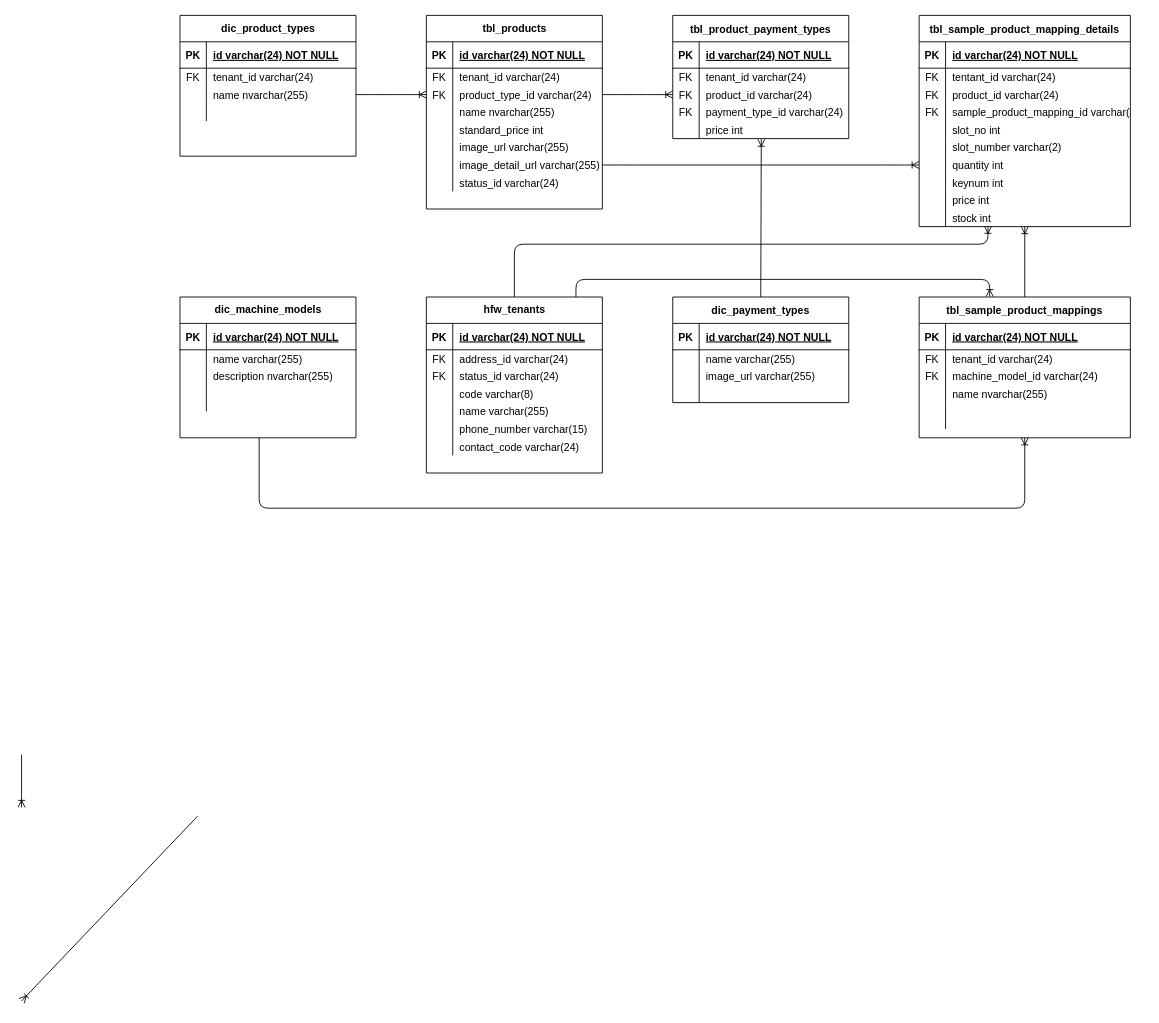
Earlier version of the draw.io diagram page "Sample Product Mapping" (5 of 6) of Untitled Diagram.drawio (wardus3105/alphatest). Source tidied: cells renumbered, new cells numbered last; positions are measured from the earlier drawing's top-left corner, leaving out a move shared by most shapes. Both pictures are drawn from the tidied source at 88%, with x=0, y=0 at pixel (21, 15).
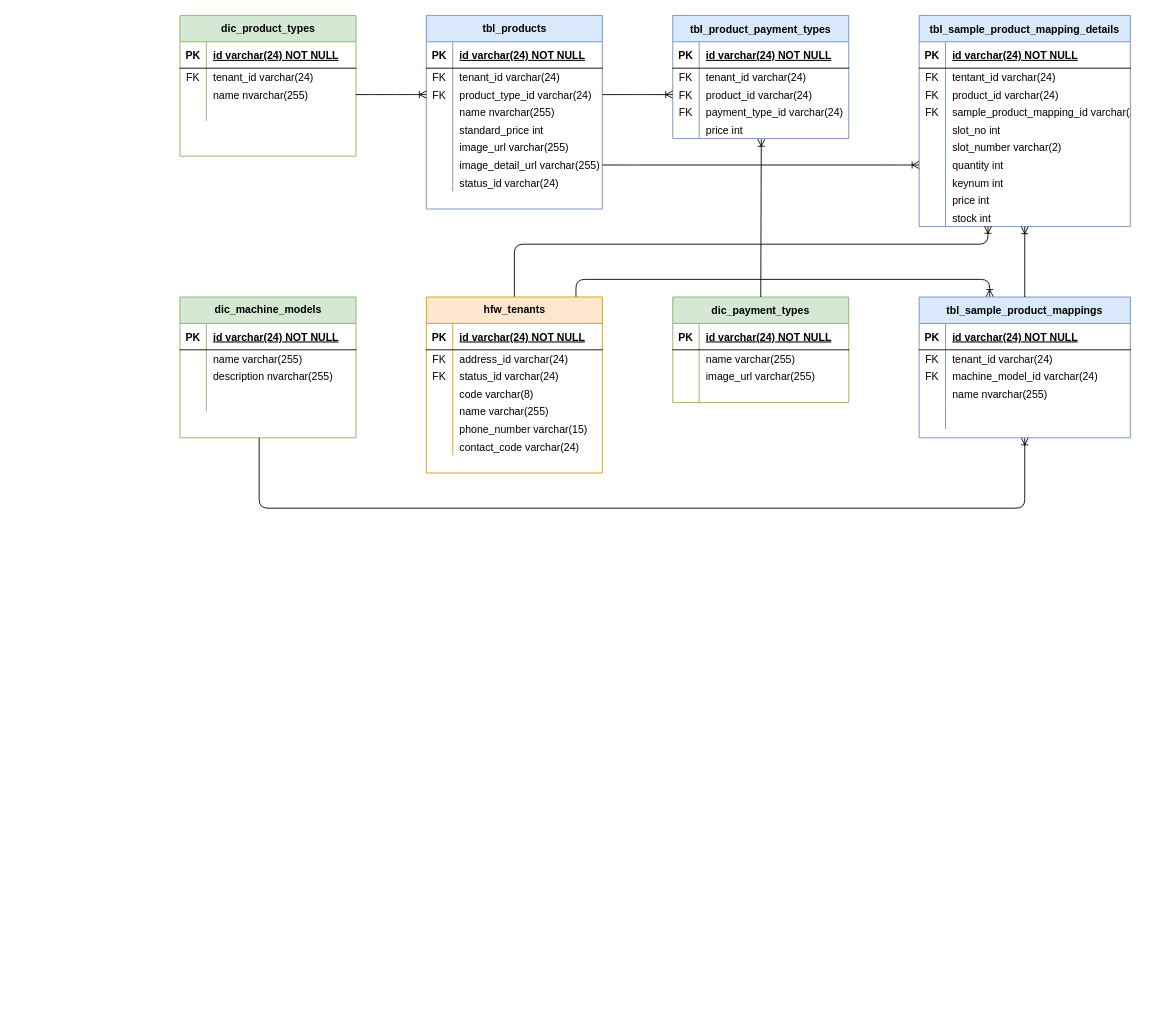
Above is the later version.

Change to the diagram source:
```diff
@@
-    <mxCell id="2" value="dic_machine_models" style="shape=table;startSize=30;childLayout=tableLayout;rowLines=0;fontStyle=1;align=center;html=1;" parent="1" vertex="1">
+    <mxCell id="2" value="dic_machine_models" style="shape=table;startSize=30;childLayout=tableLayout;rowLines=0;fontStyle=1;align=center;html=1;fillColor=#d5e8d4;strokeColor=#82b366;" parent="1" vertex="1">
       <mxGeometry x="180" y="320" width="200" height="160" as="geometry" />
     </mxCell>
@@
-    <mxCell id="15" value="tbl_products" style="shape=table;startSize=30;childLayout=tableLayout;rowLines=0;fontStyle=1;align=center;html=1;" parent="1" vertex="1">
+    <mxCell id="15" value="tbl_products" style="shape=table;startSize=30;childLayout=tableLayout;rowLines=0;fontStyle=1;align=center;html=1;fillColor=#dae8fc;strokeColor=#6c8ebf;" parent="1" vertex="1">
       <mxGeometry x="460" width="200" height="220" as="geometry" />
     </mxCell>
@@
-    <mxCell id="40" value="dic_product_types" style="shape=table;startSize=30;childLayout=tableLayout;rowLines=0;fontStyle=1;align=center;html=1;" parent="1" vertex="1">
+    <mxCell id="40" value="dic_product_types" style="shape=table;startSize=30;childLayout=tableLayout;rowLines=0;fontStyle=1;align=center;html=1;fillColor=#d5e8d4;strokeColor=#82b366;" parent="1" vertex="1">
       <mxGeometry x="180" width="200" height="160" as="geometry" />
     </mxCell>
@@
-    <mxCell id="54" value="tbl_sample_product_mappings" style="shape=table;startSize=30;childLayout=tableLayout;rowLines=0;fontStyle=1;align=center;fillColor=none;" parent="1" vertex="1">
+    <mxCell id="54" value="tbl_sample_product_mappings" style="shape=table;startSize=30;childLayout=tableLayout;rowLines=0;fontStyle=1;align=center;fillColor=#dae8fc;strokeColor=#6c8ebf;" parent="1" vertex="1">
       <mxGeometry x="1020" y="320" width="240" height="160" as="geometry" />
     </mxCell>
@@
-    <mxCell id="70" value="tbl_sample_product_mapping_details" style="shape=table;startSize=30;childLayout=tableLayout;rowLines=0;fontStyle=1;align=center;fillColor=none;" parent="1" vertex="1">
+    <mxCell id="70" value="tbl_sample_product_mapping_details" style="shape=table;startSize=30;childLayout=tableLayout;rowLines=0;fontStyle=1;align=center;fillColor=#dae8fc;strokeColor=#6c8ebf;" parent="1" vertex="1">
       <mxGeometry x="1020" width="240" height="240" as="geometry" />
     </mxCell>
@@
-    <mxCell id="105" value="dic_payment_types" style="shape=table;startSize=30;childLayout=tableLayout;rowLines=0;fontStyle=1;align=center;" parent="1" vertex="1">
+    <mxCell id="105" value="dic_payment_types" style="shape=table;startSize=30;childLayout=tableLayout;rowLines=0;fontStyle=1;align=center;fillColor=#d5e8d4;strokeColor=#82b366;" parent="1" vertex="1">
       <mxGeometry x="740" y="320" width="200" height="120" as="geometry" />
     </mxCell>
@@
-    <mxCell id="118" style="fontSize=12;html=1;endArrow=ERoneToMany;" parent="1" edge="1">
-      <mxGeometry relative="1" as="geometry">
-        <mxPoint x="200" y="910" as="sourcePoint" />
-        <mxPoint y="1120" as="targetPoint" />
-      </mxGeometry>
-    </mxCell>
-    <mxCell id="119" style="fontSize=12;html=1;endArrow=ERoneToMany;exitX=0.5;exitY=0;exitDx=0;exitDy=0;entryX=0.5;entryY=1;entryDx=0;entryDy=0;" parent="1" edge="1">
-      <mxGeometry relative="1" as="geometry">
-        <mxPoint y="840" as="sourcePoint" />
-        <mxPoint y="900" as="targetPoint" />
-      </mxGeometry>
-    </mxCell>
-    <mxCell id="120" value="tbl_product_payment_types" style="shape=table;startSize=30;childLayout=tableLayout;rowLines=0;fontStyle=1;align=center;" parent="1" vertex="1">
+    <mxCell id="120" value="tbl_product_payment_types" style="shape=table;startSize=30;childLayout=tableLayout;rowLines=0;fontStyle=1;align=center;fillColor=#dae8fc;strokeColor=#6c8ebf;" parent="1" vertex="1">
       <mxGeometry x="740" width="200" height="140" as="geometry" />
     </mxCell>
@@
-    <mxCell id="138" value="hfw_tenants" style="shape=table;startSize=30;childLayout=tableLayout;rowLines=0;fontStyle=1;align=center;html=1;" parent="1" vertex="1">
+    <mxCell id="138" value="hfw_tenants" style="shape=table;startSize=30;childLayout=tableLayout;rowLines=0;fontStyle=1;align=center;html=1;fillColor=#ffe6cc;strokeColor=#d79b00;" parent="1" vertex="1">
       <mxGeometry x="460" y="320" width="200" height="200" as="geometry" />
     </mxCell>
```
